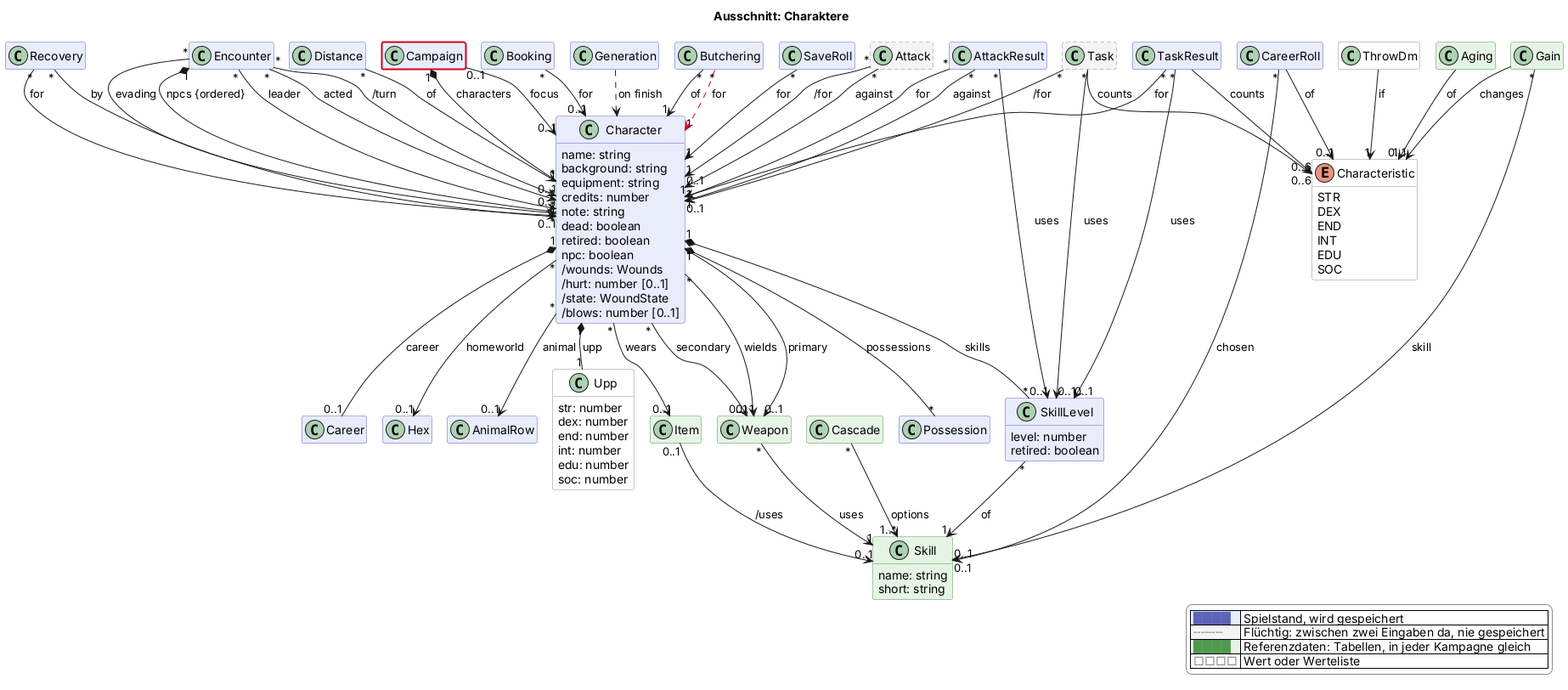
Above: docs/views/charakter.png in scuzzar/SRE (PlantUML), before the change.
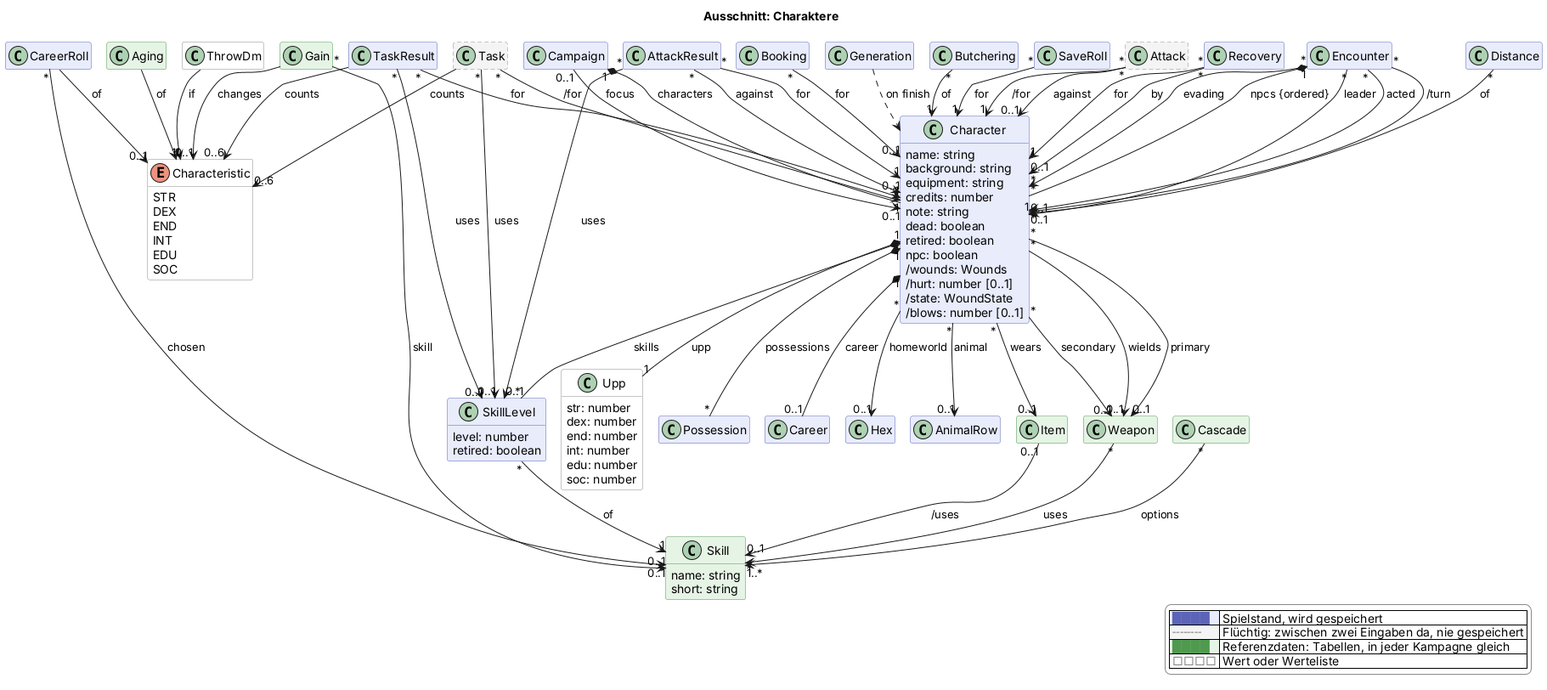
After the change.

The edit, as a diff of the source:
```diff
@@ -164,7 +164,6 @@
 Recovery "*" --> "1" Character : for
 Recovery "*" --> "0..1" Character : by
 Butchering "*" --> "1" Character : of
-Butchering "*" -$goneArrow("2026-11-13b")-> "1" Character : for
 TaskResult "*" --> "1" Character : for
 TaskResult "*" --> "0..1" SkillLevel : uses
 TaskResult --> "0..6" Characteristic : counts
@@ -197,5 +196,4 @@
   |<#e6f4e6> <color:#4f9a4f>████</color> | Referenzdaten: Tabellen, in jeder Kampagne gleich |
   |<#ffffff> <color:#8a8a8a>□□□□</color> | Wert oder Werteliste |
 endlegend
-class Campaign #line:d0021b;line.bold
 @enduml
```
